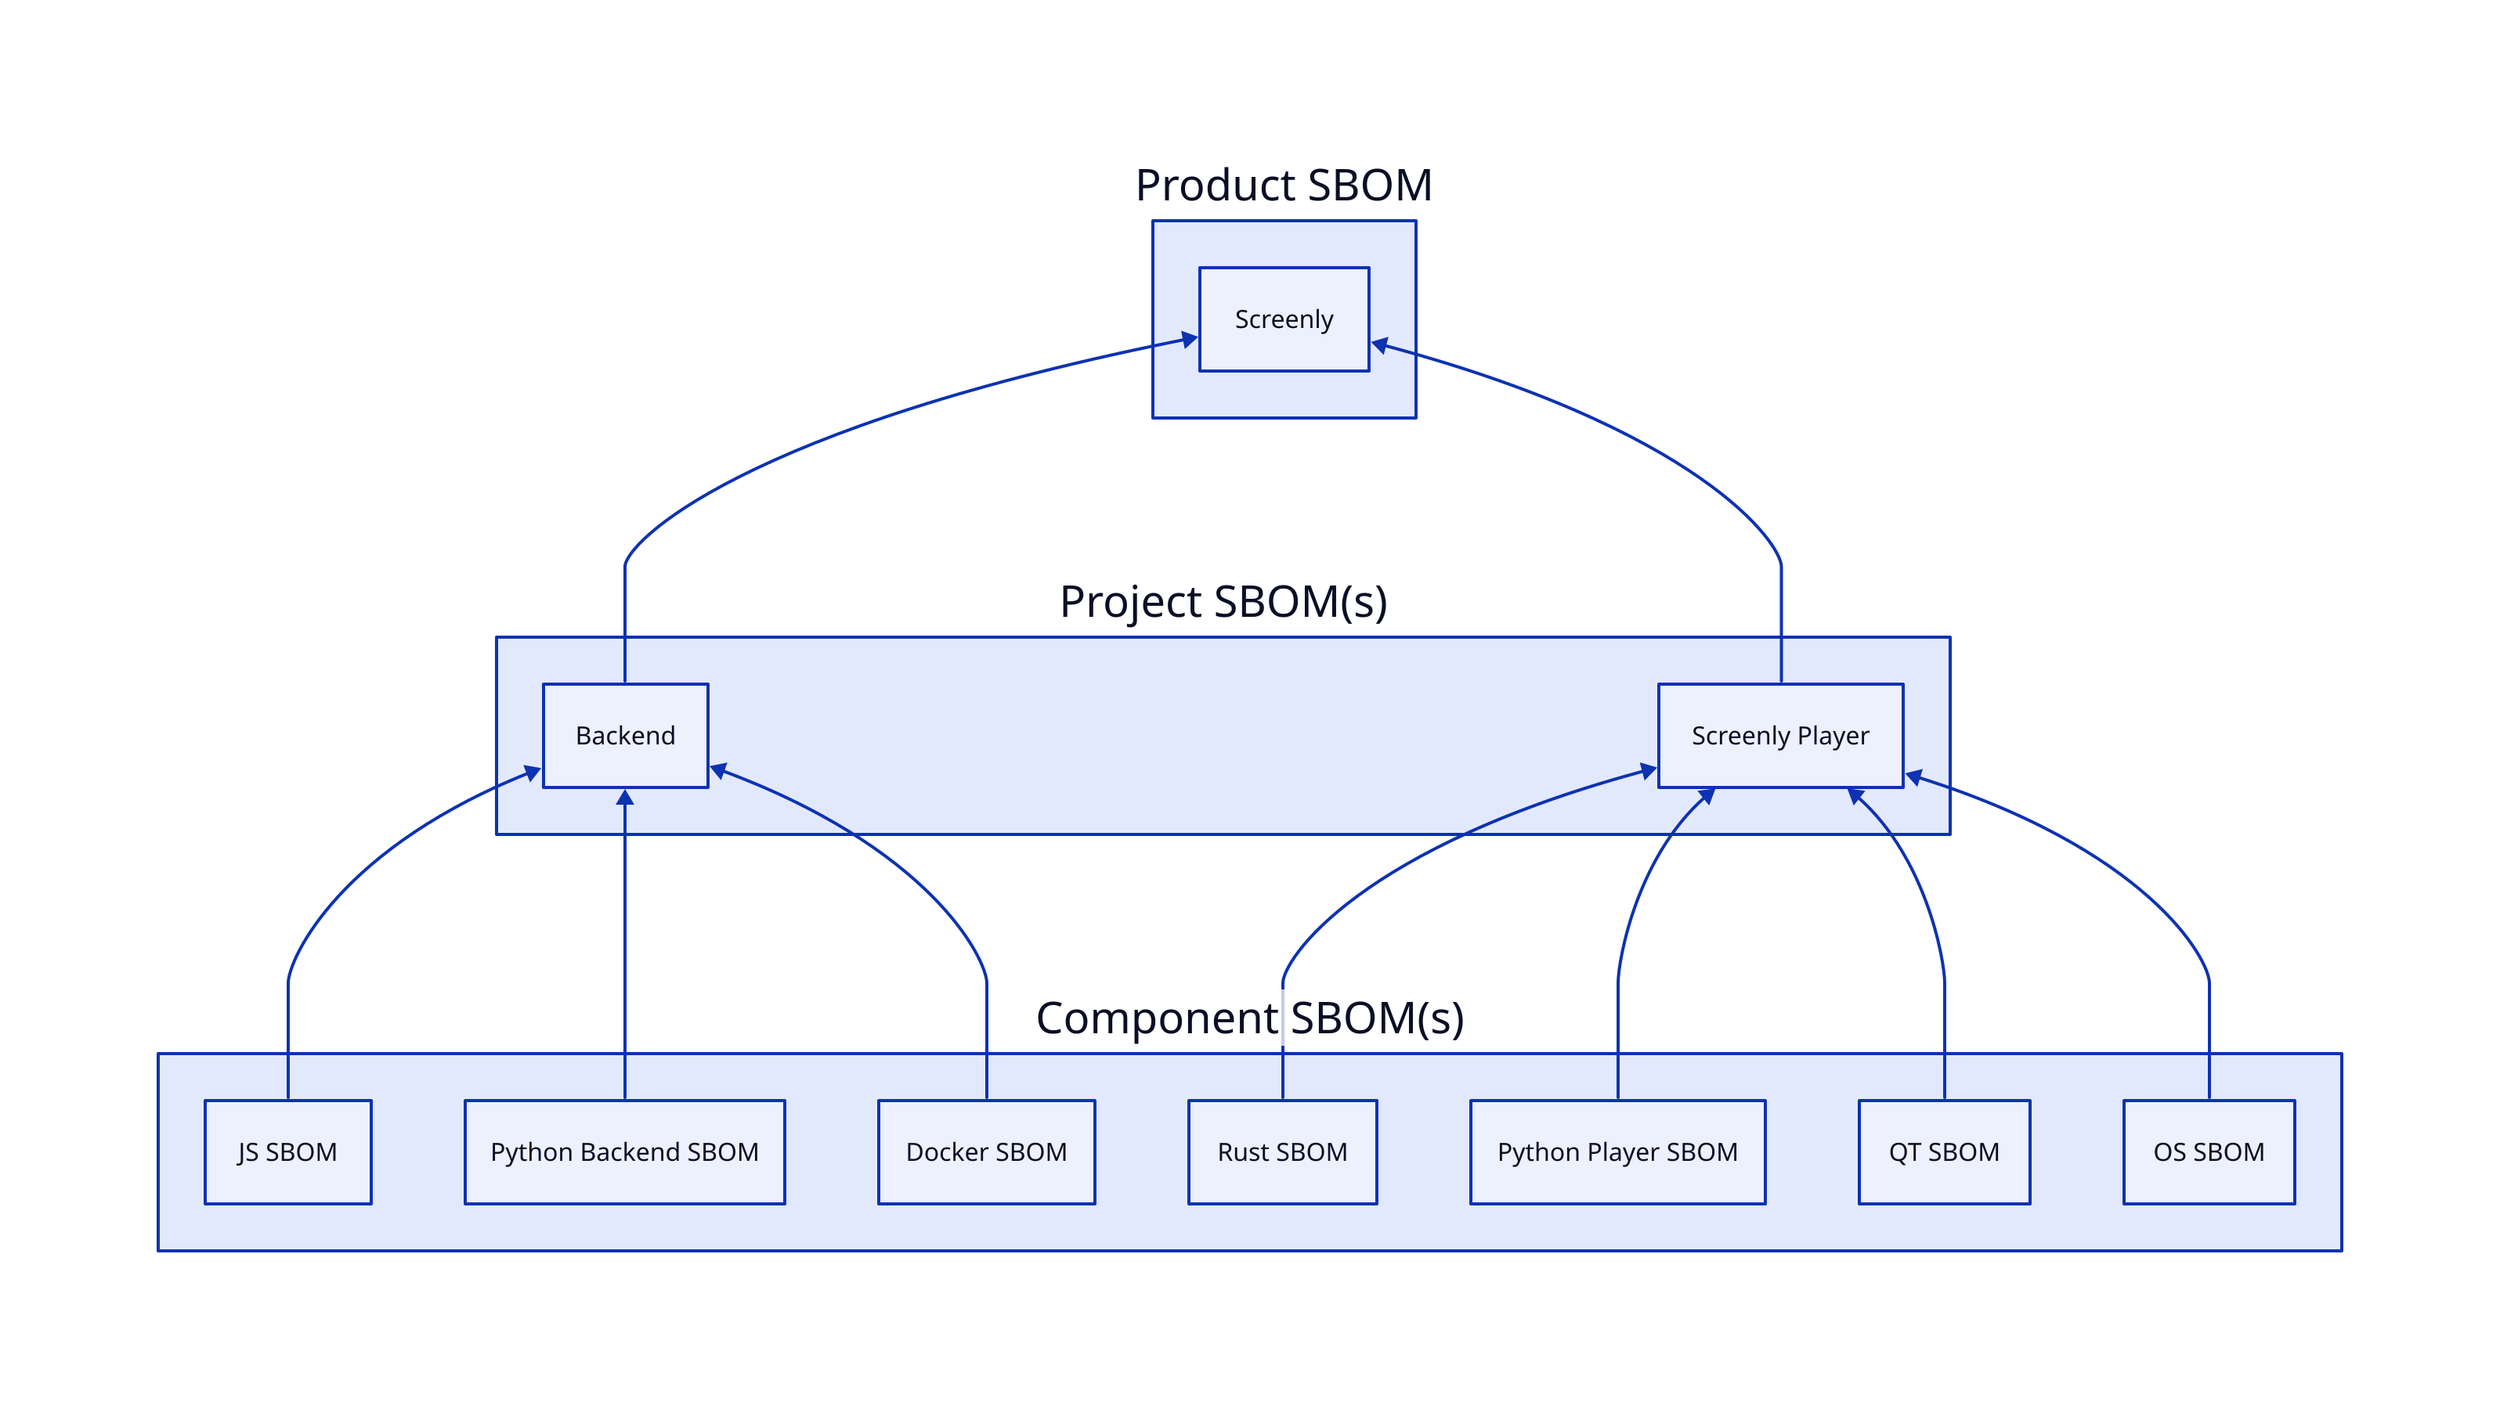
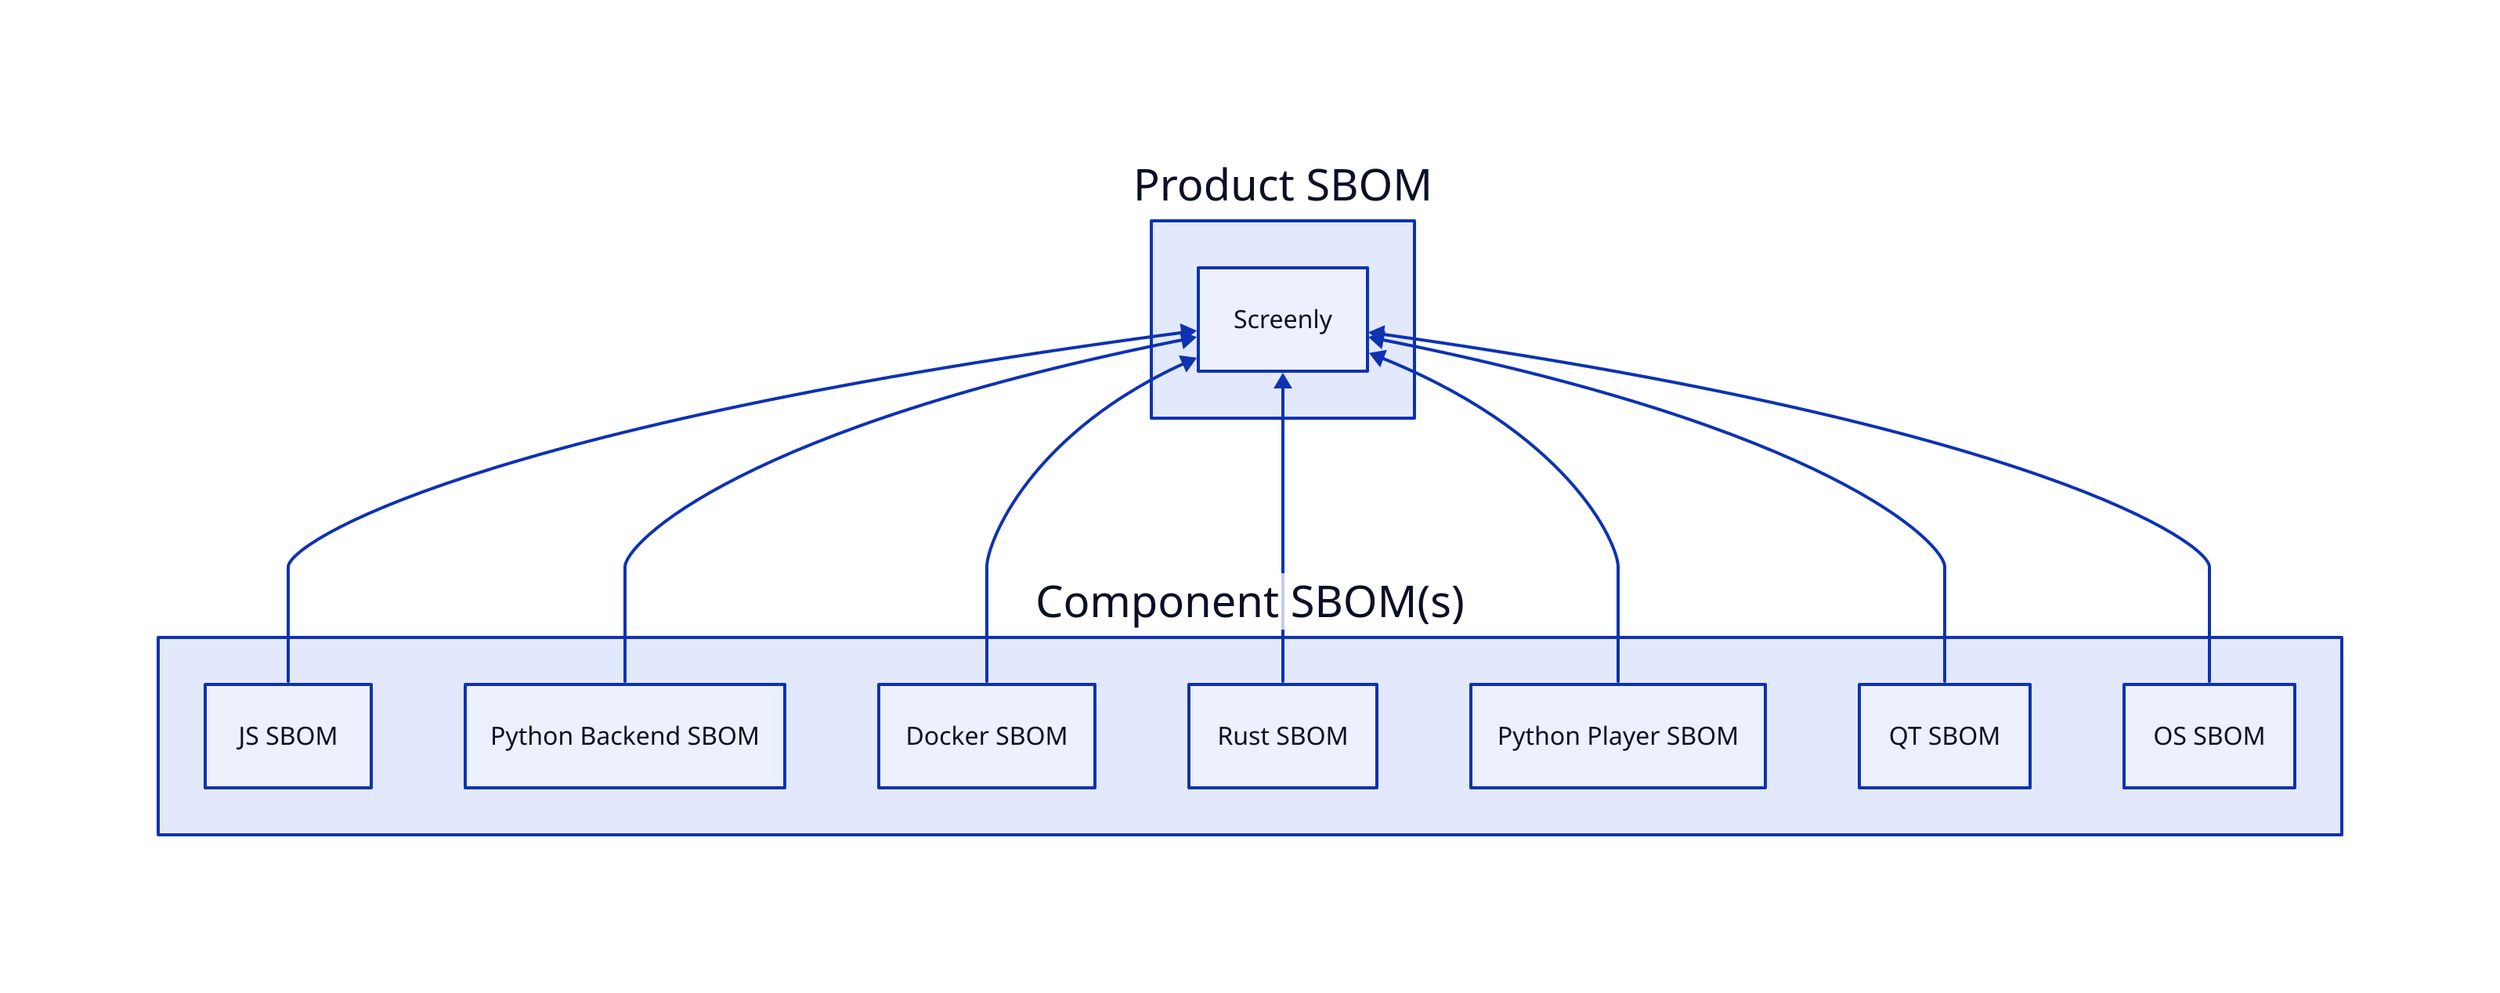
direction: up

product: Product SBOM {
  class: group
  Screenly: {
-     class: accent
-   }
- }
- 
- project: Project SBOM(s) {
-   class: group
-   Backend: {
-     class: accent
-   }
-   "Screenly Player": {
    class: accent
  }
}

component: Component SBOM(s) {
  class: group
  "JS SBOM": {
    class: accent
  }
  "Python Backend SBOM": {
    class: accent
  }
  "Docker SBOM": {
    class: accent
  }
  "Rust SBOM": {
    class: accent
  }
  "Python Player SBOM": {
    class: accent
  }
  "QT SBOM": {
    class: accent
  }
  "OS SBOM": {
    class: accent
  }
}

- # Connections
- component."JS SBOM" -> project.Backend: {
+ # Connections — components attach directly to the product
+ component."JS SBOM" -> product.Screenly: {
  class: flow-pink
}
- component."Python Backend SBOM" -> project.Backend: {
+ component."Python Backend SBOM" -> product.Screenly: {
  class: flow-pink
}
- component."Docker SBOM" -> project.Backend: {
+ component."Docker SBOM" -> product.Screenly: {
  class: flow-pink
}
- 
- component."Rust SBOM" -> project."Screenly Player": {
+ component."Rust SBOM" -> product.Screenly: {
  class: flow-pink
}
- component."Python Player SBOM" -> project."Screenly Player": {
+ component."Python Player SBOM" -> product.Screenly: {
  class: flow-pink
}
- component."QT SBOM" -> project."Screenly Player": {
+ component."QT SBOM" -> product.Screenly: {
  class: flow-pink
}
- component."OS SBOM" -> project."Screenly Player": {
+ component."OS SBOM" -> product.Screenly: {
  class: flow-pink
}
- 
- project.Backend -> product.Screenly: {
-   class: flow-pink
- }
- project."Screenly Player" -> product.Screenly: {
-   class: flow-pink
- }
